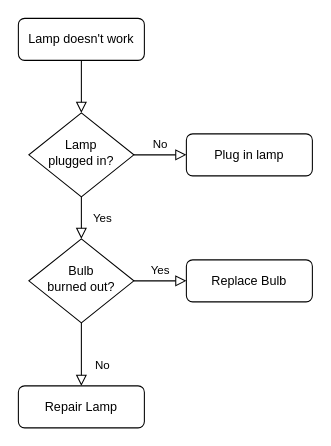
Above: hangman.drawio in Qingyao-gh/hello_world (draw.io), before the change. Source tidied: cells renumbered, new cells numbered last; positions are measured from the earlier drawing's top-left corner, leaving out a move shared by most shapes. Both pictures are drawn from the tidied source at 105%, with x=0, y=0 at pixel (18, 18).
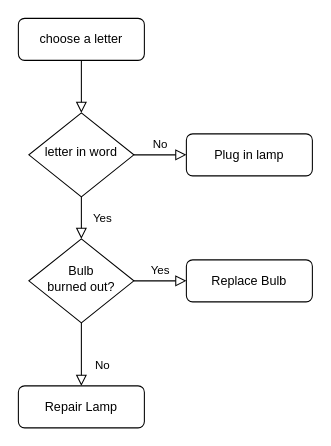
The same page after the edit.

The edit, as a diff of the source:
```diff
@@
 <mxGraphModel>
   <root>
     <mxCell id="0" />
     <mxCell id="1" parent="0" />
     <mxCell id="2" style="rounded=0;html=1;jettySize=auto;fontSize=11;endArrow=block;endFill=0;endSize=8;strokeWidth=1;shadow=0;labelBackgroundColor=none;edgeStyle=orthogonalEdgeStyle;" parent="1" edge="1" source="3" target="6">
       <mxGeometry relative="1" as="geometry" />
     </mxCell>
-    <mxCell id="3" value="Lamp doesn't work" style="rounded=1;whiteSpace=wrap;html=1;fontSize=12;glass=0;strokeWidth=1;shadow=0;" parent="1" vertex="1">
+    <mxCell id="3" value="choose a letter" style="rounded=1;whiteSpace=wrap;html=1;fontSize=12;glass=0;strokeWidth=1;shadow=0;" parent="1" vertex="1">
       <mxGeometry width="120" height="40" as="geometry" />
     </mxCell>
     <mxCell id="4" value="Yes" style="rounded=0;html=1;jettySize=auto;fontSize=11;endArrow=block;endFill=0;endSize=8;strokeWidth=1;shadow=0;labelBackgroundColor=none;edgeStyle=orthogonalEdgeStyle;" parent="1" edge="1" source="6" target="10">
       <mxGeometry y="20" relative="1" as="geometry" />
     </mxCell>
     <mxCell id="5" value="No" style="edgeStyle=orthogonalEdgeStyle;rounded=0;html=1;jettySize=auto;fontSize=11;endArrow=block;endFill=0;endSize=8;strokeWidth=1;shadow=0;labelBackgroundColor=none;" parent="1" edge="1" source="6" target="7">
       <mxGeometry y="10" relative="1" as="geometry" />
     </mxCell>
-    <mxCell id="6" value="Lamp&lt;br&gt;plugged in?" style="rhombus;whiteSpace=wrap;html=1;shadow=0;fontFamily=Helvetica;fontSize=12;align=center;strokeWidth=1;spacing=6;spacingTop=-4;" parent="1" vertex="1">
+    <mxCell id="6" value="letter in word" style="rhombus;whiteSpace=wrap;html=1;shadow=0;fontFamily=Helvetica;fontSize=12;align=center;strokeWidth=1;spacing=6;spacingTop=-4;" parent="1" vertex="1">
       <mxGeometry x="10" y="90" width="100" height="80" as="geometry" />
     </mxCell>
     <mxCell id="7" value="Plug in lamp" style="rounded=1;whiteSpace=wrap;html=1;fontSize=12;glass=0;strokeWidth=1;shadow=0;" parent="1" vertex="1">
       <mxGeometry x="160" y="110" width="120" height="40" as="geometry" />
     </mxCell>
     <mxCell id="8" value="No" style="rounded=0;html=1;jettySize=auto;fontSize=11;endArrow=block;endFill=0;endSize=8;strokeWidth=1;shadow=0;labelBackgroundColor=none;edgeStyle=orthogonalEdgeStyle;" parent="1" edge="1" source="10" target="11">
       <mxGeometry x="0.33" y="20" relative="1" as="geometry" />
     </mxCell>
     <mxCell id="9" value="Yes" style="edgeStyle=orthogonalEdgeStyle;rounded=0;html=1;jettySize=auto;fontSize=11;endArrow=block;endFill=0;endSize=8;strokeWidth=1;shadow=0;labelBackgroundColor=none;" parent="1" edge="1" source="10" target="12">
       <mxGeometry y="10" relative="1" as="geometry" />
     </mxCell>
     <mxCell id="10" value="Bulb&lt;br&gt;burned out?" style="rhombus;whiteSpace=wrap;html=1;shadow=0;fontFamily=Helvetica;fontSize=12;align=center;strokeWidth=1;spacing=6;spacingTop=-4;" parent="1" vertex="1">
       <mxGeometry x="10" y="210" width="100" height="80" as="geometry" />
     </mxCell>
     <mxCell id="11" value="Repair Lamp" style="rounded=1;whiteSpace=wrap;html=1;fontSize=12;glass=0;strokeWidth=1;shadow=0;" parent="1" vertex="1">
       <mxGeometry y="350" width="120" height="40" as="geometry" />
     </mxCell>
     <mxCell id="12" value="Replace Bulb" style="rounded=1;whiteSpace=wrap;html=1;fontSize=12;glass=0;strokeWidth=1;shadow=0;" parent="1" vertex="1">
       <mxGeometry x="160" y="230" width="120" height="40" as="geometry" />
     </mxCell>
   </root>
 </mxGraphModel>
```
